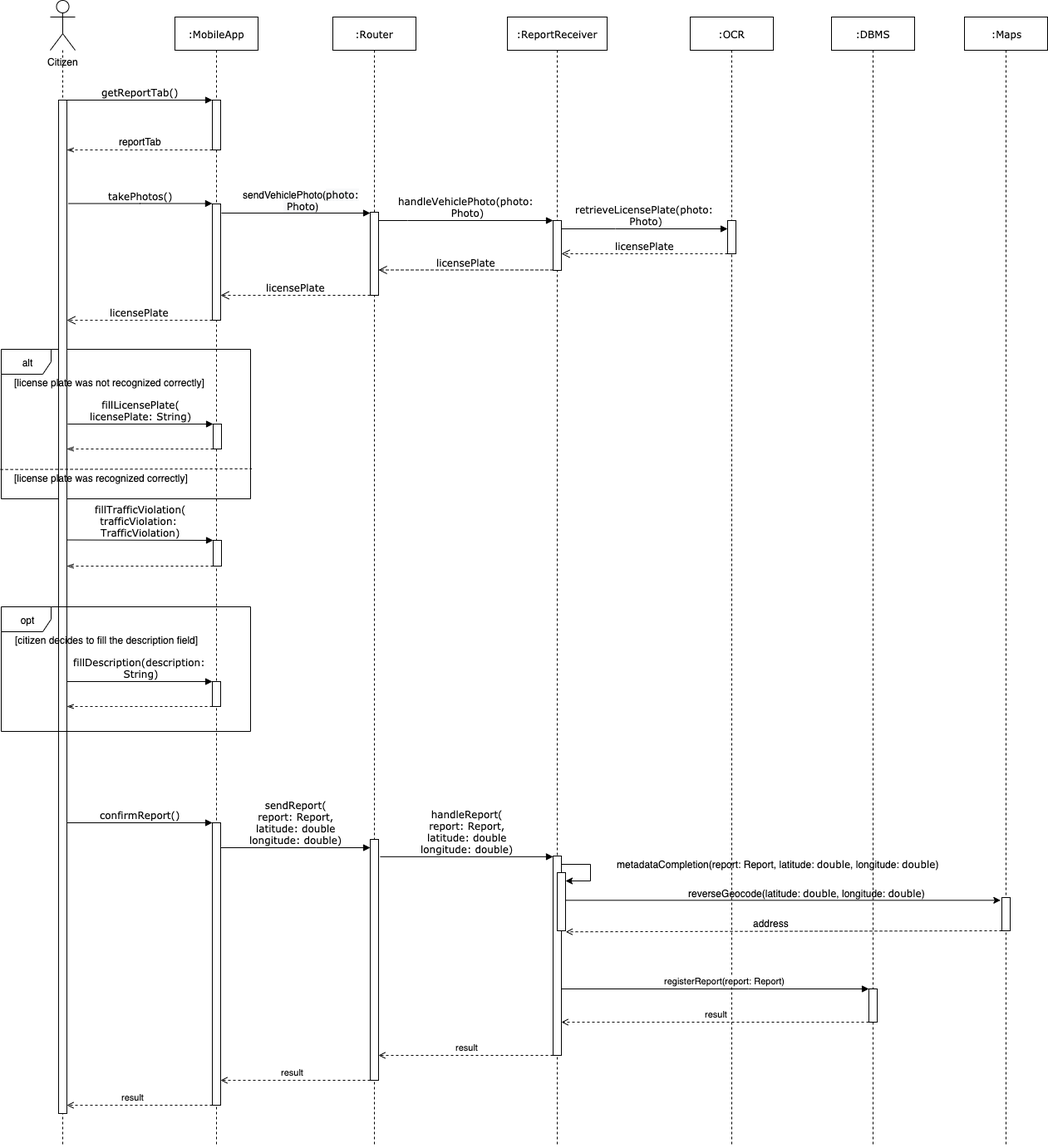
The draw.io diagram Documentation/DD/Images/SequenceDiagramReportViolation.png in AndreaFalanti/FalantiHuang-SwEngineering2, before a commit. Source tidied: cells renumbered, new cells last; positions are measured from the earlier drawing's top-left corner, leaving out a move shared by most shapes.
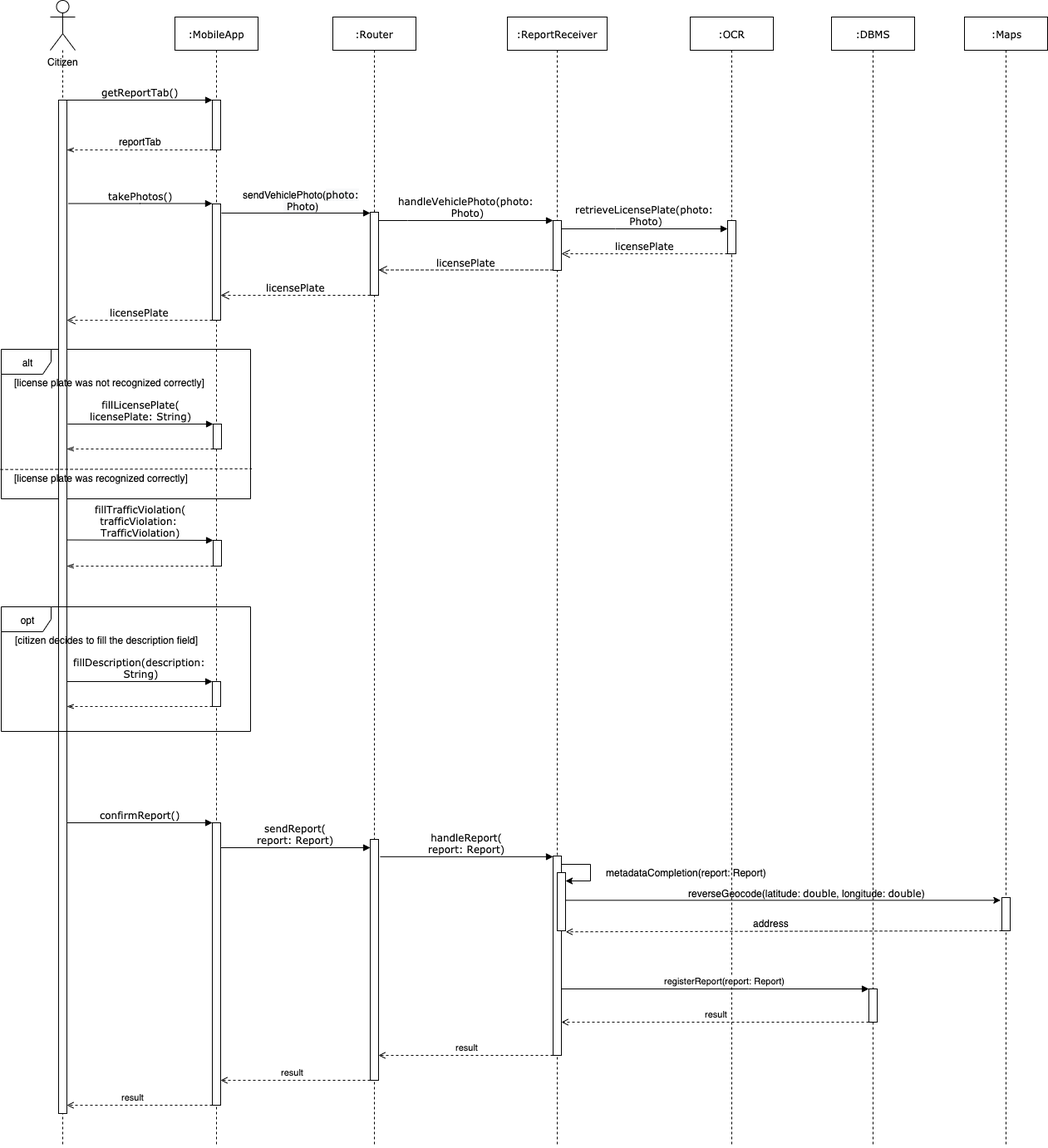
Later version of the same file.

Change to the diagram source:
```diff
@@ -174,7 +174,7 @@
     <mxCell id="39" value="confirmReport()" style="html=1;verticalAlign=bottom;endArrow=block;labelBackgroundColor=none;fontFamily=Verdana;fontSize=12;elbow=horizontal;rounded=0;" parent="1" edge="1" source="32" target="13">
       <mxGeometry relative="1" as="geometry" />
     </mxCell>
-    <mxCell id="40" value="sendReport(&lt;br&gt;report: Report,&lt;br&gt;latitude: double&lt;br&gt;longitude: double)" style="html=1;verticalAlign=bottom;endArrow=block;labelBackgroundColor=none;fontFamily=Verdana;fontSize=12;elbow=horizontal;rounded=0;" parent="1" edge="1" source="13" target="16">
+    <mxCell id="40" value="sendReport(&lt;br&gt;report: Report)" style="html=1;verticalAlign=bottom;endArrow=block;labelBackgroundColor=none;fontFamily=Verdana;fontSize=12;elbow=horizontal;rounded=0;" parent="1" edge="1" source="13" target="16">
       <mxGeometry relative="1" as="geometry">
         <Array as="points">
           <mxPoint x="379" y="1020" />
@@ -216,7 +216,7 @@
         <mxPoint x="-89" y="81" as="offset" />
       </mxGeometry>
     </mxCell>
-    <mxCell id="49" value="handleReport(&lt;br&gt;report: Report,&lt;br&gt;latitude: double&lt;br&gt;longitude: double)" style="html=1;verticalAlign=bottom;endArrow=block;labelBackgroundColor=none;fontFamily=Verdana;fontSize=12;elbow=vertical;rounded=0;exitX=1.2;exitY=0.072;exitDx=0;exitDy=0;exitPerimeter=0;" parent="1" edge="1" source="16" target="6">
+    <mxCell id="49" value="handleReport(&lt;br&gt;report: Report)" style="html=1;verticalAlign=bottom;endArrow=block;labelBackgroundColor=none;fontFamily=Verdana;fontSize=12;elbow=vertical;rounded=0;exitX=1.2;exitY=0.072;exitDx=0;exitDy=0;exitPerimeter=0;" parent="1" edge="1" source="16" target="6">
       <mxGeometry relative="1" as="geometry" />
     </mxCell>
     <mxCell id="50" value="result" style="rounded=0;jettySize=auto;html=1;startArrow=none;startFill=0;endArrow=open;endFill=0;dashed=1;" parent="1" edge="1" source="47" target="6">
@@ -278,8 +278,8 @@
         </Array>
       </mxGeometry>
     </mxCell>
-    <mxCell id="59" value="metadataCompletion(report: Report, latitude:&amp;nbsp;&lt;span style=&quot;font-family: &amp;#34;verdana&amp;#34;&quot;&gt;double&lt;/span&gt;, longitude:&amp;nbsp;&lt;span style=&quot;font-family: &amp;#34;verdana&amp;#34;&quot;&gt;double&lt;/span&gt;)" style="text;html=1;align=center;verticalAlign=middle;" parent="1" vertex="1">
-      <mxGeometry x="734" y="1030" width="400" height="20" as="geometry" />
+    <mxCell id="59" value="metadataCompletion(report: Report)" style="text;html=1;align=center;verticalAlign=middle;" parent="1" vertex="1">
+      <mxGeometry x="719" y="1040" width="210" height="20" as="geometry" />
     </mxCell>
     <mxCell id="60" value="reverseGeocode(latitude:&amp;nbsp;&lt;span style=&quot;font-family: &amp;#34;verdana&amp;#34;&quot;&gt;double&lt;/span&gt;, longitude:&amp;nbsp;&lt;span style=&quot;font-family: &amp;#34;verdana&amp;#34;&quot;&gt;double&lt;/span&gt;)" style="text;html=1;align=center;verticalAlign=middle;" parent="1" vertex="1">
       <mxGeometry x="819" y="1065" width="300" height="20" as="geometry" />
```
